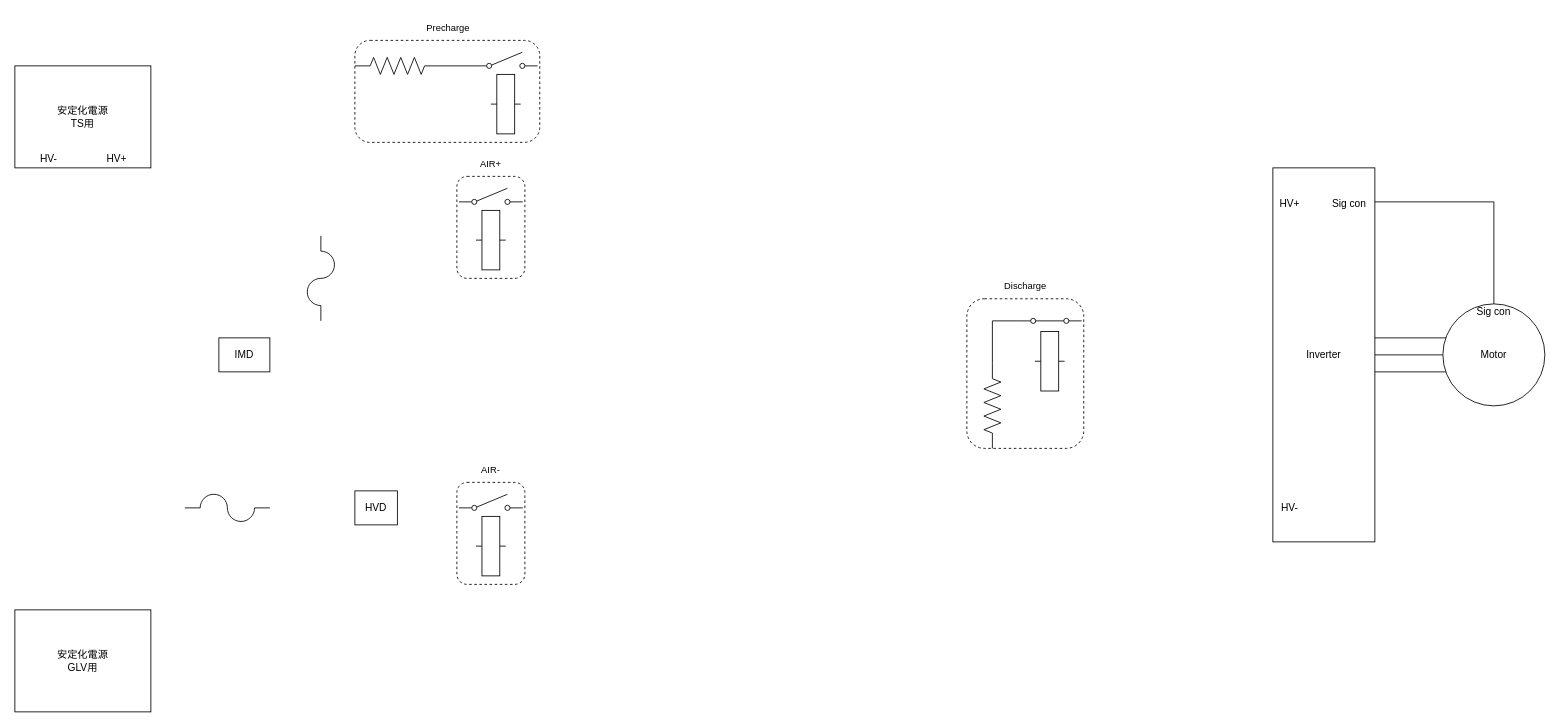
This is page "InverterTestCircuit" (6 of 6) of EVCircuit.drawio from ST04-tkmr/drawio_Schematics, a draw.io file, before an edit. Source tidied: cells renumbered, new cells numbered last; positions are measured from the earlier drawing's top-left corner, leaving out a move shared by most shapes. Both pictures are drawn from the tidied source at 85%, with x=0, y=0 at pixel (14, 14).
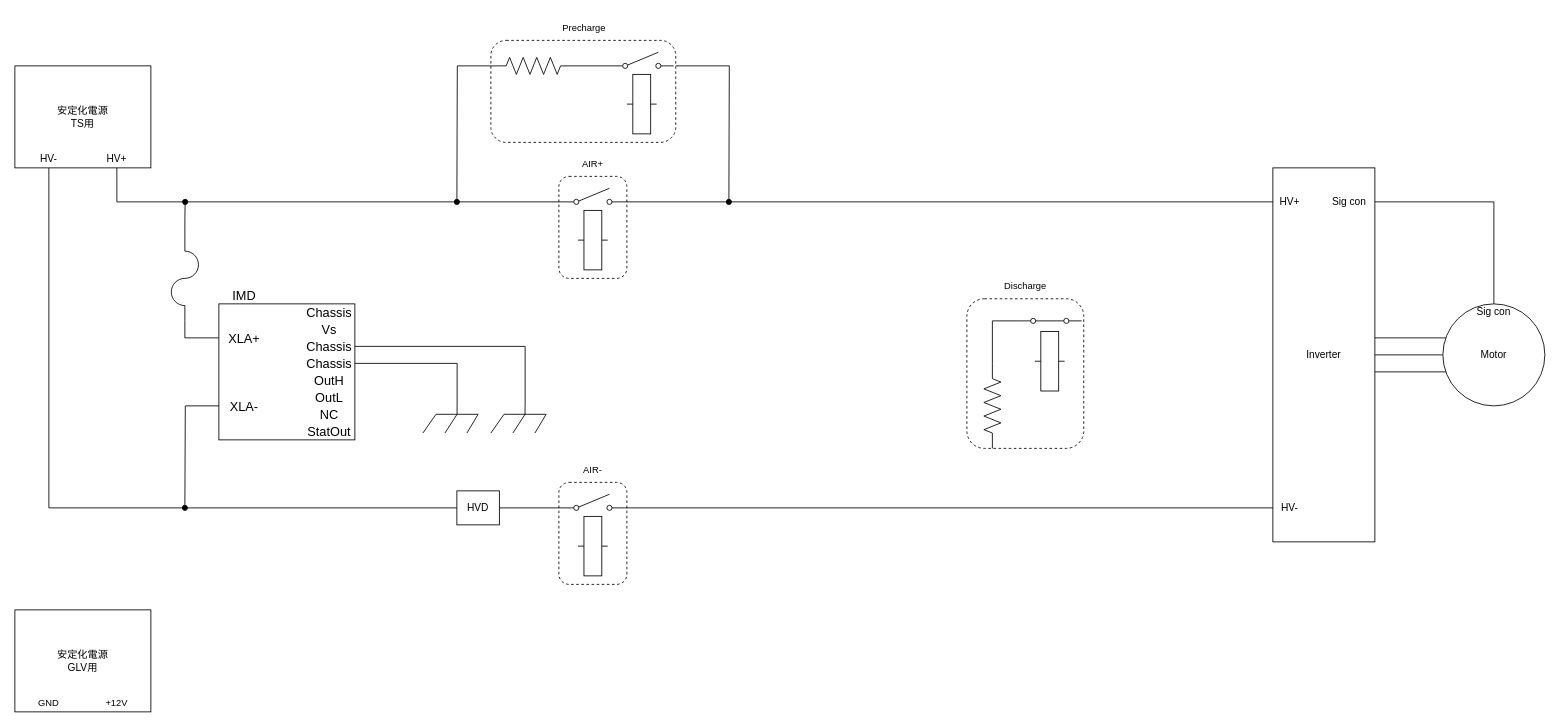
The same page after the edit.

Commit message:
EVCircuit.drawio を更新します

Unchanged cells that the change refers to:
```xml
<mxCell id="3" value="HV+" style="text;strokeColor=none;align=center;fillColor=none;html=1;verticalAlign=middle;whiteSpace=wrap;rounded=0;" parent="1" vertex="1">
  <mxGeometry x="100" y="160" width="40" height="20" as="geometry" />
</mxCell>
<mxCell id="4" value="HV-" style="text;strokeColor=none;align=center;fillColor=none;html=1;verticalAlign=middle;whiteSpace=wrap;rounded=0;" parent="1" vertex="1">
  <mxGeometry x="20" y="160" width="40" height="20" as="geometry" />
</mxCell>
<mxCell id="5" value="Inverter" style="rounded=0;whiteSpace=wrap;html=1;" parent="1" vertex="1">
  <mxGeometry x="1480" y="180" width="120" height="440" as="geometry" />
</mxCell>
<mxCell id="10" value="Motor" style="ellipse;whiteSpace=wrap;html=1;points=[[0,0.5,0,0,0],[0.04,0.31,0,0,0],[0.04,0.69,0,0,0],[0.5,0,0,0,0],[0.5,1,0,0,0],[1,0,0,0,0],[1,0.5,0,0,0],[1,1,0,0,0]];" parent="1" vertex="1">
  <mxGeometry x="1680" y="340" width="120" height="120" as="geometry" />
</mxCell>
<mxCell id="12" value="Sig con" style="text;strokeColor=none;align=center;fillColor=none;html=1;verticalAlign=middle;whiteSpace=wrap;rounded=0;" parent="1" vertex="1">
  <mxGeometry x="1710" y="340" width="60" height="20" as="geometry" />
</mxCell>
<mxCell id="15" value="HV-" style="text;strokeColor=none;align=center;fillColor=none;html=1;verticalAlign=middle;whiteSpace=wrap;rounded=0;" parent="1" vertex="1">
  <mxGeometry x="1480" y="570" width="40" height="20" as="geometry" />
</mxCell>
<mxCell id="17" style="html=1;shape=mxgraph.electrical.electro-mechanical.singleSwitch;elSwitchState=off;" parent="16" vertex="1">
  <mxGeometry x="2.5" y="44" width="75" height="20" as="geometry" />
</mxCell>
<mxCell id="26" style="html=1;shape=mxgraph.electrical.electro-mechanical.singleSwitch;elSwitchState=off;" parent="25" vertex="1">
  <mxGeometry x="2.5" y="44" width="75" height="20" as="geometry" />
</mxCell>
<mxCell id="31" style="verticalLabelPosition=bottom;shadow=0;dashed=0;align=center;html=1;verticalAlign=top;shape=mxgraph.electrical.resistors.resistor_2;" parent="30" vertex="1">
  <mxGeometry y="50" width="100" height="20" as="geometry" />
</mxCell>
<mxCell id="37" style="group;" parent="1" vertex="1">
  <mxGeometry x="1120" y="304" width="137.5" height="206" as="geometry" />
</mxCell>
```

Change to the diagram source:
```diff
@@
+    <mxCell id="44" style="edgeStyle=orthogonalEdgeStyle;rounded=0;jettySize=auto;html=1;exitX=0.5;exitY=1;exitDx=0;exitDy=0;endArrow=none;endFill=0;entryX=0;entryY=0.8;entryDx=0;entryDy=0;" parent="1" edge="1" source="3" target="26">
+      <mxGeometry relative="1" as="geometry" />
+    </mxCell>
@@
-    <mxCell id="9" style="edgeStyle=orthogonalEdgeStyle;rounded=0;jettySize=auto;html=1;exitX=0.5;exitY=0;exitDx=0;exitDy=0;exitPerimeter=0;endArrow=none;endFill=0;" parent="1" edge="1" source="10" target="5">
-      <mxGeometry relative="1" as="geometry">
-        <Array as="points">
-          <mxPoint x="1740" y="220" />
-        </Array>
-      </mxGeometry>
-    </mxCell>
@@
-    <mxCell id="11" style="verticalLabelPosition=bottom;shadow=0;dashed=0;align=center;html=1;verticalAlign=top;shape=mxgraph.electrical.miscellaneous.fuse_4;" parent="1" vertex="1">
-      <mxGeometry x="200" y="564" width="100" height="32" as="geometry" />
-    </mxCell>
+    <mxCell id="45" style="edgeStyle=orthogonalEdgeStyle;shape=connector;rounded=0;jettySize=auto;html=1;exitX=0;exitY=0.5;exitDx=0;exitDy=0;entryX=0.5;entryY=1;entryDx=0;entryDy=0;labelBackgroundColor=default;strokeColor=default;fontFamily=Helvetica;fontSize=11;fontColor=default;endArrow=none;endFill=0;" parent="1" edge="1" source="21" target="4">
+      <mxGeometry relative="1" as="geometry" />
+    </mxCell>
+    <mxCell id="46" style="edgeStyle=orthogonalEdgeStyle;shape=connector;rounded=0;jettySize=auto;html=1;exitX=0.5;exitY=0;exitDx=0;exitDy=0;entryX=1;entryY=0.5;entryDx=0;entryDy=0;labelBackgroundColor=default;strokeColor=default;fontFamily=Helvetica;fontSize=11;fontColor=default;endArrow=none;endFill=0;" parent="1" edge="1" source="12" target="13">
+      <mxGeometry relative="1" as="geometry" />
+    </mxCell>
@@
     <mxCell id="13" value="Sig con" style="text;strokeColor=none;align=center;fillColor=none;html=1;verticalAlign=middle;whiteSpace=wrap;rounded=0;" parent="1" vertex="1">
-      <mxGeometry x="1540" y="212" width="60" height="20" as="geometry" />
+      <mxGeometry x="1540" y="210" width="60" height="20" as="geometry" />
     </mxCell>
     <mxCell id="14" value="HV+" style="text;strokeColor=none;align=center;fillColor=none;html=1;verticalAlign=middle;whiteSpace=wrap;rounded=0;" parent="1" vertex="1">
-      <mxGeometry x="1480" y="212" width="40" height="20" as="geometry" />
+      <mxGeometry x="1480" y="210" width="40" height="20" as="geometry" />
     </mxCell>
@@
     <mxCell id="16" style="group;" parent="1" vertex="1">
-      <mxGeometry x="520" y="520" width="80" height="150" as="geometry" />
+      <mxGeometry x="640" y="520" width="80" height="150" as="geometry" />
     </mxCell>
+    <mxCell id="19" style="rounded=1;whiteSpace=wrap;html=1;fontFamily=Helvetica;fontSize=11;fontColor=default;fillColor=none;dashed=1;" parent="16" vertex="1">
+      <mxGeometry y="30" width="80" height="120" as="geometry" />
+    </mxCell>
@@
-    <mxCell id="19" style="rounded=1;whiteSpace=wrap;html=1;fontFamily=Helvetica;fontSize=11;fontColor=default;fillColor=none;dashed=1;" parent="16" vertex="1">
-      <mxGeometry y="30" width="80" height="120" as="geometry" />
-    </mxCell>
@@
+    <mxCell id="47" style="edgeStyle=orthogonalEdgeStyle;shape=connector;rounded=0;jettySize=auto;html=1;exitX=1;exitY=0.5;exitDx=0;exitDy=0;entryX=0;entryY=0.8;entryDx=0;entryDy=0;labelBackgroundColor=default;strokeColor=default;fontFamily=Helvetica;fontSize=11;fontColor=default;endArrow=none;endFill=0;" parent="1" edge="1" source="21" target="17">
+      <mxGeometry relative="1" as="geometry" />
+    </mxCell>
     <mxCell id="21" value="HVD" style="rounded=0;whiteSpace=wrap;html=1;" parent="1" vertex="1">
-      <mxGeometry x="400" y="560" width="50" height="40" as="geometry" />
+      <mxGeometry x="520" y="560" width="50" height="40" as="geometry" />
     </mxCell>
-    <mxCell id="22" value="IMD" style="rounded=0;whiteSpace=wrap;html=1;" parent="1" vertex="1">
-      <mxGeometry x="240" y="380" width="60" height="40" as="geometry" />
-    </mxCell>
+    <mxCell id="48" style="edgeStyle=orthogonalEdgeStyle;shape=connector;rounded=0;jettySize=auto;html=1;exitX=1;exitY=0.5;exitDx=0;exitDy=0;exitPerimeter=0;entryX=0;entryY=0.5;entryDx=0;entryDy=0;labelBackgroundColor=default;strokeColor=default;fontFamily=Helvetica;fontSize=11;fontColor=default;endArrow=none;endFill=0;" parent="1" edge="1" source="23" target="54">
+      <mxGeometry relative="1" as="geometry" />
+    </mxCell>
+    <mxCell id="49" style="edgeStyle=orthogonalEdgeStyle;shape=connector;rounded=0;jettySize=auto;html=1;exitX=0;exitY=0.5;exitDx=0;exitDy=0;exitPerimeter=0;labelBackgroundColor=default;strokeColor=default;fontFamily=Helvetica;fontSize=11;fontColor=default;endArrow=oval;endFill=1;" parent="1" edge="1" source="23">
+      <mxGeometry relative="1" as="geometry">
+        <mxPoint x="200.3" y="220" as="targetPoint" />
+      </mxGeometry>
+    </mxCell>
     <mxCell id="23" style="verticalLabelPosition=bottom;shadow=0;dashed=0;align=center;html=1;verticalAlign=top;shape=mxgraph.electrical.miscellaneous.fuse_4;direction=south;" parent="1" vertex="1">
-      <mxGeometry x="344" y="260" width="32" height="100" as="geometry" />
+      <mxGeometry x="184" y="260" width="32" height="100" as="geometry" />
     </mxCell>
@@
     <mxCell id="25" style="group;" parent="1" vertex="1">
-      <mxGeometry x="520" y="160" width="80" height="150" as="geometry" />
+      <mxGeometry x="640" y="160" width="80" height="150" as="geometry" />
     </mxCell>
+    <mxCell id="28" style="rounded=1;whiteSpace=wrap;html=1;fontFamily=Helvetica;fontSize=11;fontColor=default;fillColor=none;dashed=1;" parent="25" vertex="1">
+      <mxGeometry y="30" width="80" height="120" as="geometry" />
+    </mxCell>
@@
-    <mxCell id="28" style="rounded=1;whiteSpace=wrap;html=1;fontFamily=Helvetica;fontSize=11;fontColor=default;fillColor=none;dashed=1;" parent="25" vertex="1">
-      <mxGeometry y="30" width="80" height="120" as="geometry" />
-    </mxCell>
@@
     <mxCell id="30" style="group;" parent="1" vertex="1">
-      <mxGeometry x="400" width="217.5" height="150" as="geometry" />
+      <mxGeometry x="560" width="217.5" height="150" as="geometry" />
     </mxCell>
+    <mxCell id="50" style="edgeStyle=orthogonalEdgeStyle;shape=connector;rounded=0;jettySize=auto;html=1;exitX=1;exitY=0.25;exitDx=0;exitDy=0;labelBackgroundColor=default;strokeColor=default;fontFamily=Helvetica;fontSize=11;fontColor=default;endArrow=oval;endFill=1;" parent="30" edge="1" source="35">
+      <mxGeometry relative="1" as="geometry">
+        <mxPoint x="280" y="220" as="targetPoint" />
+      </mxGeometry>
+    </mxCell>
+    <mxCell id="35" style="rounded=1;whiteSpace=wrap;html=1;fontFamily=Helvetica;fontSize=11;fontColor=default;fillColor=none;dashed=1;" parent="30" vertex="1">
+      <mxGeometry y="30" width="217.5" height="120" as="geometry" />
+    </mxCell>
+    <mxCell id="51" style="edgeStyle=orthogonalEdgeStyle;shape=connector;rounded=0;jettySize=auto;html=1;exitX=0;exitY=0.5;exitDx=0;exitDy=0;exitPerimeter=0;labelBackgroundColor=default;strokeColor=default;fontFamily=Helvetica;fontSize=11;fontColor=default;endArrow=oval;endFill=1;" parent="30" edge="1" source="31">
+      <mxGeometry relative="1" as="geometry">
+        <mxPoint x="-40" y="220" as="targetPoint" />
+      </mxGeometry>
+    </mxCell>
@@
-    <mxCell id="35" style="rounded=1;whiteSpace=wrap;html=1;fontFamily=Helvetica;fontSize=11;fontColor=default;fillColor=none;dashed=1;" parent="30" vertex="1">
-      <mxGeometry y="30" width="217.5" height="120" as="geometry" />
-    </mxCell>
@@
+    <mxCell id="42" style="rounded=1;whiteSpace=wrap;html=1;fontFamily=Helvetica;fontSize=11;fontColor=default;fillColor=none;dashed=1;" parent="37" vertex="1">
+      <mxGeometry y="30" width="137.5" height="176" as="geometry" />
+    </mxCell>
@@
-    <mxCell id="42" style="rounded=1;whiteSpace=wrap;html=1;fontFamily=Helvetica;fontSize=11;fontColor=default;fillColor=none;dashed=1;" parent="37" vertex="1">
-      <mxGeometry y="30" width="137.5" height="176" as="geometry" />
-    </mxCell>
@@
+    <mxCell id="52" style="group;" parent="1" vertex="1">
+      <mxGeometry x="240" y="320" width="160" height="180" as="geometry" />
+    </mxCell>
+    <mxCell id="53" style="rounded=0;whiteSpace=wrap;html=1;fontFamily=Helvetica;fontSize=11;fontColor=default;" parent="52" vertex="1">
+      <mxGeometry y="20" width="160" height="160" as="geometry" />
+    </mxCell>
+    <mxCell id="54" value="XLA+" style="text;strokeColor=none;align=center;fillColor=none;html=1;verticalAlign=middle;whiteSpace=wrap;rounded=0;fontSize=15;fontFamily=Helvetica;fontColor=default;" parent="52" vertex="1">
+      <mxGeometry y="50" width="60" height="20" as="geometry" />
+    </mxCell>
+    <mxCell id="55" style="edgeStyle=orthogonalEdgeStyle;shape=connector;rounded=0;jettySize=auto;html=1;exitX=0;exitY=0.5;exitDx=0;exitDy=0;labelBackgroundColor=default;strokeColor=default;fontFamily=Helvetica;fontSize=11;fontColor=default;endArrow=oval;endFill=1;" parent="52" edge="1" source="56">
+      <mxGeometry relative="1" as="geometry">
+        <mxPoint x="-40" y="260" as="targetPoint" />
+      </mxGeometry>
+    </mxCell>
+    <mxCell id="56" value="XLA-" style="text;strokeColor=none;align=center;fillColor=none;html=1;verticalAlign=middle;whiteSpace=wrap;rounded=0;fontSize=15;fontFamily=Helvetica;fontColor=default;" parent="52" vertex="1">
+      <mxGeometry y="130" width="60" height="20" as="geometry" />
+    </mxCell>
+    <mxCell id="57" value="Chassis" style="text;strokeColor=none;align=center;fillColor=none;html=1;verticalAlign=middle;whiteSpace=wrap;rounded=0;fontSize=15;fontFamily=Helvetica;fontColor=default;" parent="52" vertex="1">
+      <mxGeometry x="100" y="20" width="60" height="20" as="geometry" />
+    </mxCell>
+    <mxCell id="58" value="Vs" style="text;strokeColor=none;align=center;fillColor=none;html=1;verticalAlign=middle;whiteSpace=wrap;rounded=0;fontSize=15;fontFamily=Helvetica;fontColor=default;" parent="52" vertex="1">
+      <mxGeometry x="100" y="40" width="60" height="20" as="geometry" />
+    </mxCell>
+    <mxCell id="59" value="OutH" style="text;strokeColor=none;align=center;fillColor=none;html=1;verticalAlign=middle;whiteSpace=wrap;rounded=0;fontSize=15;fontFamily=Helvetica;fontColor=default;" parent="52" vertex="1">
+      <mxGeometry x="100" y="100" width="60" height="20" as="geometry" />
+    </mxCell>
+    <mxCell id="60" value="Chassis" style="text;strokeColor=none;align=center;fillColor=none;html=1;verticalAlign=middle;whiteSpace=wrap;rounded=0;fontSize=15;fontFamily=Helvetica;fontColor=default;" parent="52" vertex="1">
+      <mxGeometry x="100" y="60" width="60" height="20" as="geometry" />
+    </mxCell>
+    <mxCell id="61" value="Chassis" style="text;strokeColor=none;align=center;fillColor=none;html=1;verticalAlign=middle;whiteSpace=wrap;rounded=0;fontSize=15;fontFamily=Helvetica;fontColor=default;" parent="52" vertex="1">
+      <mxGeometry x="100" y="80" width="60" height="20" as="geometry" />
+    </mxCell>
+    <mxCell id="62" value="OutL" style="text;strokeColor=none;align=center;fillColor=none;html=1;verticalAlign=middle;whiteSpace=wrap;rounded=0;fontSize=15;fontFamily=Helvetica;fontColor=default;" parent="52" vertex="1">
+      <mxGeometry x="100" y="120" width="60" height="20" as="geometry" />
+    </mxCell>
+    <mxCell id="63" value="NC" style="text;strokeColor=none;align=center;fillColor=none;html=1;verticalAlign=middle;whiteSpace=wrap;rounded=0;fontSize=15;fontFamily=Helvetica;fontColor=default;" parent="52" vertex="1">
+      <mxGeometry x="100" y="140" width="60" height="20" as="geometry" />
+    </mxCell>
+    <mxCell id="64" value="StatOut" style="text;strokeColor=none;align=center;fillColor=none;html=1;verticalAlign=middle;whiteSpace=wrap;rounded=0;fontSize=15;fontFamily=Helvetica;fontColor=default;" parent="52" vertex="1">
+      <mxGeometry x="100" y="160" width="60" height="20" as="geometry" />
+    </mxCell>
+    <mxCell id="22" value="IMD" style="text;strokeColor=none;align=center;fillColor=none;html=1;verticalAlign=middle;whiteSpace=wrap;rounded=0;fontSize=15;fontFamily=Helvetica;fontColor=default;" parent="52" vertex="1">
+      <mxGeometry width="60" height="20" as="geometry" />
+    </mxCell>
+    <mxCell id="65" style="edgeStyle=orthogonalEdgeStyle;shape=connector;rounded=0;jettySize=auto;html=1;exitX=1;exitY=0.8;exitDx=0;exitDy=0;entryX=0;entryY=0.5;entryDx=0;entryDy=0;labelBackgroundColor=default;strokeColor=default;fontFamily=Helvetica;fontSize=11;fontColor=default;endArrow=none;endFill=0;" parent="1" edge="1" source="26" target="14">
+      <mxGeometry relative="1" as="geometry" />
+    </mxCell>
+    <mxCell id="66" style="edgeStyle=orthogonalEdgeStyle;shape=connector;rounded=0;jettySize=auto;html=1;exitX=1;exitY=0.8;exitDx=0;exitDy=0;entryX=0;entryY=0.5;entryDx=0;entryDy=0;labelBackgroundColor=default;strokeColor=default;fontFamily=Helvetica;fontSize=11;fontColor=default;endArrow=none;endFill=0;" parent="1" edge="1" source="17" target="15">
+      <mxGeometry relative="1" as="geometry" />
+    </mxCell>
+    <mxCell id="67" value="+12V" style="text;strokeColor=none;align=center;fillColor=none;html=1;verticalAlign=middle;whiteSpace=wrap;rounded=0;fontSize=11;fontFamily=Helvetica;fontColor=default;" parent="1" vertex="1">
+      <mxGeometry x="100" y="800" width="40" height="20" as="geometry" />
+    </mxCell>
+    <mxCell id="68" value="GND" style="text;strokeColor=none;align=center;fillColor=none;html=1;verticalAlign=middle;whiteSpace=wrap;rounded=0;fontSize=11;fontFamily=Helvetica;fontColor=default;" parent="1" vertex="1">
+      <mxGeometry x="20" y="800" width="40" height="20" as="geometry" />
+    </mxCell>
+    <mxCell id="69" style="verticalLabelPosition=bottom;shadow=0;dashed=0;align=center;html=1;verticalAlign=top;shape=mxgraph.electrical.miscellaneous.chassis;fontFamily=Helvetica;fontSize=11;fontColor=default;" parent="1" vertex="1">
+      <mxGeometry x="560" y="460" width="65" height="32" as="geometry" />
+    </mxCell>
+    <mxCell id="70" style="verticalLabelPosition=bottom;shadow=0;dashed=0;align=center;html=1;verticalAlign=top;shape=mxgraph.electrical.miscellaneous.chassis;fontFamily=Helvetica;fontSize=11;fontColor=default;" parent="1" vertex="1">
+      <mxGeometry x="480" y="460" width="65" height="32" as="geometry" />
+    </mxCell>
+    <mxCell id="71" style="edgeStyle=orthogonalEdgeStyle;shape=connector;rounded=0;jettySize=auto;html=1;exitX=1;exitY=0.5;exitDx=0;exitDy=0;entryX=0.62;entryY=0;entryDx=0;entryDy=0;entryPerimeter=0;labelBackgroundColor=default;strokeColor=default;fontFamily=Helvetica;fontSize=11;fontColor=default;endArrow=none;endFill=0;" parent="1" edge="1" source="60" target="69">
+      <mxGeometry relative="1" as="geometry" />
+    </mxCell>
+    <mxCell id="72" style="edgeStyle=orthogonalEdgeStyle;shape=connector;rounded=0;jettySize=auto;html=1;exitX=1;exitY=0.5;exitDx=0;exitDy=0;entryX=0.62;entryY=0;entryDx=0;entryDy=0;entryPerimeter=0;labelBackgroundColor=default;strokeColor=default;fontFamily=Helvetica;fontSize=11;fontColor=default;endArrow=none;endFill=0;" parent="1" edge="1" source="61" target="70">
+      <mxGeometry relative="1" as="geometry" />
+    </mxCell>
```
